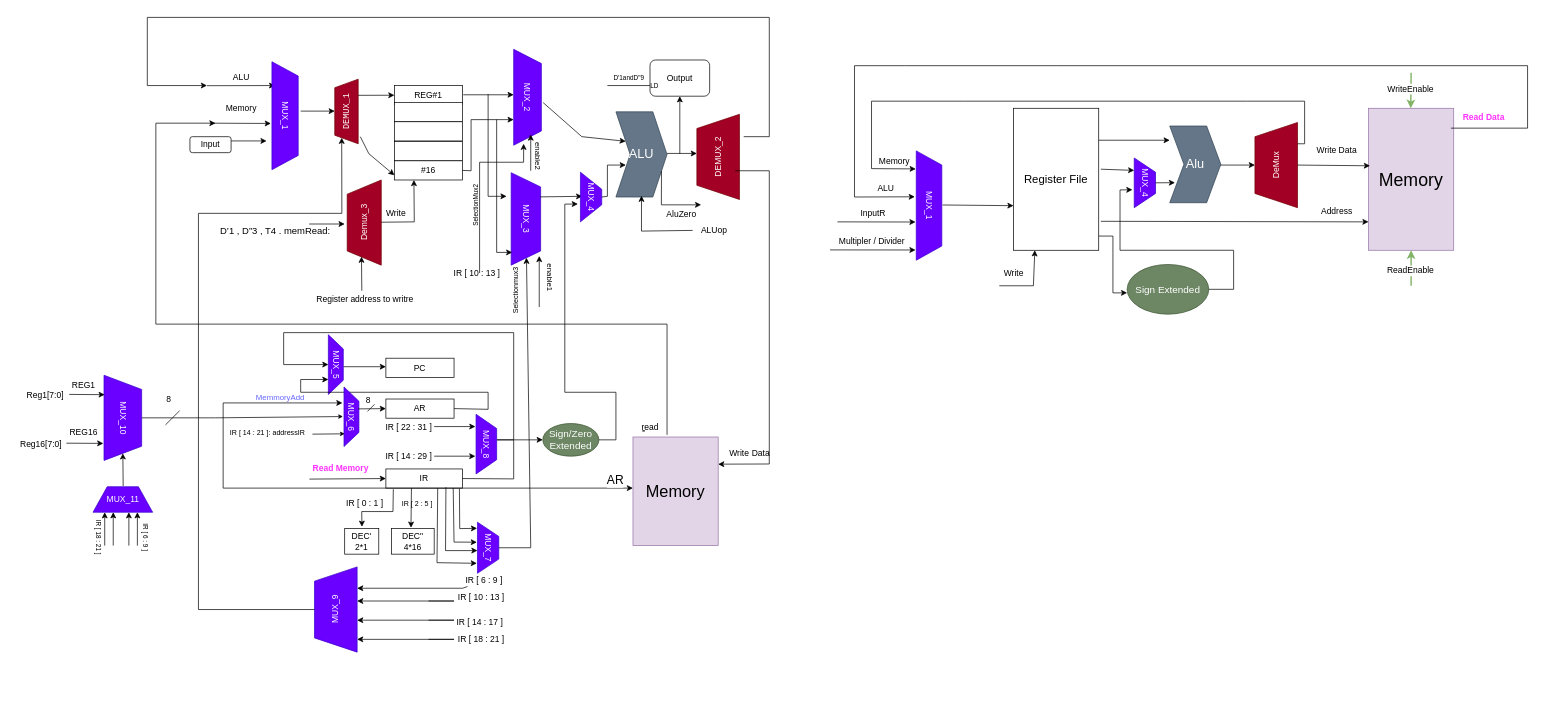
kiananasiri/MyProcessor keeps this draw.io diagram as Untitled Diagram.drawio. Above is the earlier version. Source tidied: cells renumbered, new cells numbered last; positions are measured from the earlier drawing's top-left corner, leaving out a move shared by most shapes. Both pictures are drawn from the tidied source at 71%, with x=0, y=0 at pixel (12, 17).
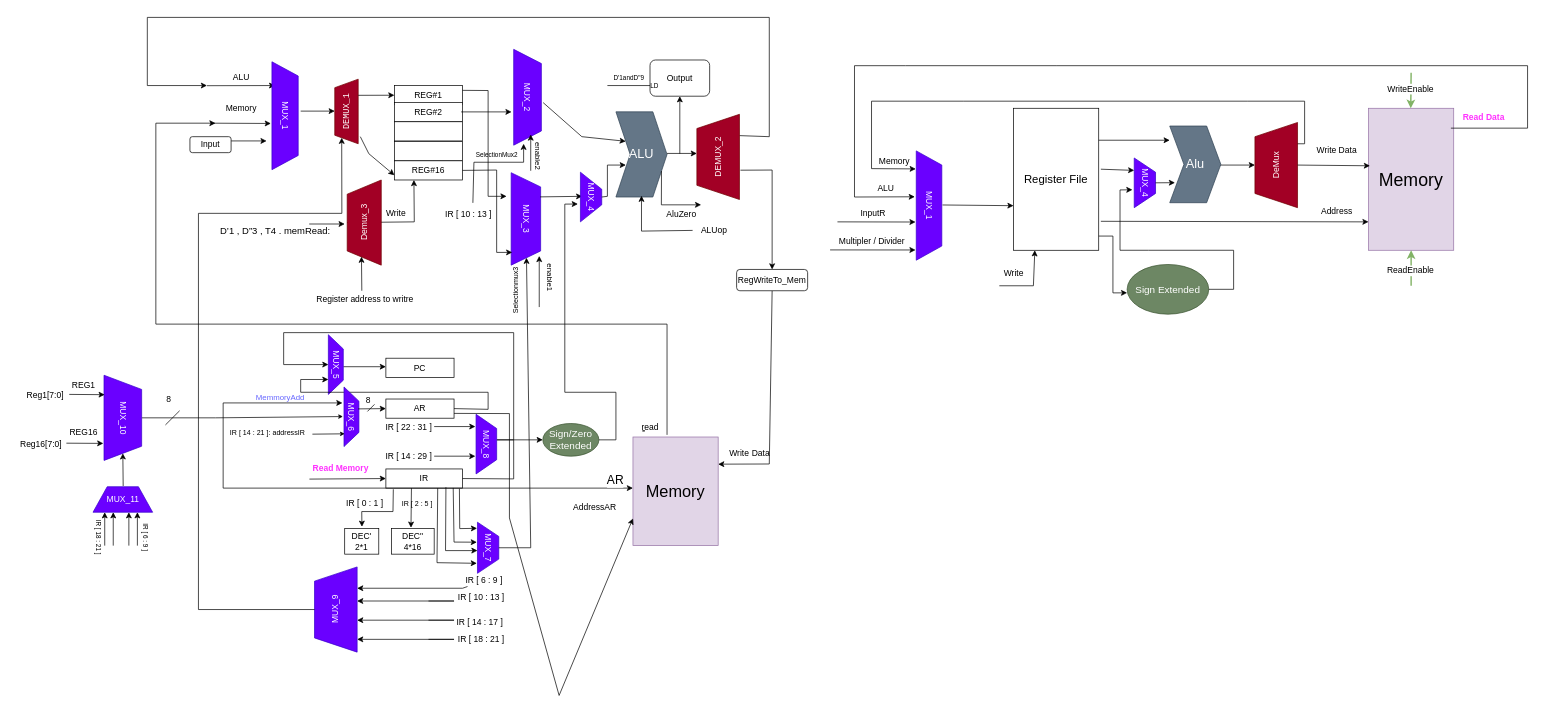
The same page after the edit.

Commit message:
load to mem updated

Unchanged cells that the change refers to:
```xml
<mxCell id="29" value="REG#1" style="rounded=0;whiteSpace=wrap;html=1;" parent="1" vertex="1">
  <mxGeometry x="538" y="96" width="96" height="27" as="geometry" />
</mxCell>
<mxCell id="34" value="AR" style="rounded=0;whiteSpace=wrap;html=1;" parent="1" vertex="1">
  <mxGeometry x="526" y="537.5" width="96" height="27" as="geometry" />
</mxCell>
<mxCell id="45" value="&lt;font style=&quot;font-size: 23px;&quot;&gt;Memory&lt;/font&gt;" style="rounded=0;whiteSpace=wrap;html=1;fillColor=#e1d5e7;strokeColor=#9673a6;" parent="1" vertex="1">
  <mxGeometry x="874" y="591" width="120" height="153" as="geometry" />
</mxCell>
<mxCell id="55" value="MUX_3" style="shape=trapezoid;perimeter=trapezoidPerimeter;whiteSpace=wrap;html=1;fixedSize=1;rotation=90;fillColor=#6a00ff;fontColor=#ffffff;strokeColor=#3700CC;" parent="1" vertex="1">
  <mxGeometry x="658.1" y="263.1" width="130.2" height="41.5" as="geometry" />
</mxCell>
<mxCell id="62" value="DEMUX_2" style="shape=trapezoid;perimeter=trapezoidPerimeter;whiteSpace=wrap;html=1;fixedSize=1;rotation=-90;fillColor=#a20025;fontColor=#ffffff;strokeColor=#6F0000;" parent="1" vertex="1">
  <mxGeometry x="934" y="166.5" width="120" height="60" as="geometry" />
</mxCell>
```

Diff of the diagram source:
```diff
@@
-    <mxCell id="30" style="rounded=0;whiteSpace=wrap;html=1;" parent="1" vertex="1">
+    <mxCell id="30" value="REG#2" style="rounded=0;whiteSpace=wrap;html=1;" parent="1" vertex="1">
       <mxGeometry x="538" y="120" width="96" height="27" as="geometry" />
     </mxCell>
@@
-    <mxCell id="33" value="#16" style="rounded=0;whiteSpace=wrap;html=1;" parent="1" vertex="1">
+    <mxCell id="33" value="REG#16" style="rounded=0;whiteSpace=wrap;html=1;" parent="1" vertex="1">
       <mxGeometry x="538" y="202" width="96" height="27" as="geometry" />
     </mxCell>
@@
     <mxCell id="53" style="endArrow=classic;html=1;rounded=0;" parent="1" edge="1">
       <mxGeometry relative="1" as="geometry">
-        <mxPoint x="635" y="109" as="sourcePoint" />
-        <mxPoint x="706" y="109" as="targetPoint" />
+        <mxPoint x="632" y="133.1" as="sourcePoint" />
+        <mxPoint x="703" y="133.1" as="targetPoint" />
       </mxGeometry>
     </mxCell>
@@
-    <mxCell id="60" style="endArrow=classic;html=1;rounded=0;" parent="1" edge="1">
+    <mxCell id="60" style="endArrow=classic;html=1;rounded=0;exitX=0.75;exitY=1;exitDx=0;exitDy=0;" parent="1" edge="1" source="62">
       <mxGeometry relative="1" as="geometry">
-        <mxPoint x="1030" y="168" as="sourcePoint" />
         <mxPoint x="274" y="96" as="targetPoint" />
         <Array as="points">
           <mxPoint x="1066" y="168" />
           <mxPoint x="1066" />
           <mxPoint x="190" />
           <mxPoint x="190" y="96" />
         </Array>
       </mxGeometry>
     </mxCell>
@@
-    <mxCell id="64" style="endArrow=classic;html=1;rounded=0;entryX=1;entryY=0.25;entryDx=0;entryDy=0;" parent="1" edge="1" target="45">
+    <mxCell id="64" style="endArrow=classic;html=1;rounded=0;entryX=1;entryY=0.25;entryDx=0;entryDy=0;exitX=0.5;exitY=1;exitDx=0;exitDy=0;" parent="1" edge="1" source="161" target="45">
       <mxGeometry relative="1" as="geometry">
-        <mxPoint x="1018" y="216" as="sourcePoint" />
         <Array as="points">
-          <mxPoint x="1066" y="216" />
           <mxPoint x="1066" y="629" />
         </Array>
       </mxGeometry>
     </mxCell>
@@
-    <mxCell id="99" value="&lt;font style=&quot;font-size: 9px;&quot;&gt;SelectionMux2&lt;/font&gt;" style="text;html=1;align=center;verticalAlign=middle;strokeColor=none;fillColor=none;rotation=-90;" parent="1" vertex="1">
-      <mxGeometry x="610" y="253" width="84" height="24" as="geometry" />
+    <mxCell id="99" value="&lt;font style=&quot;font-size: 9px;&quot;&gt;SelectionMux2&lt;/font&gt;" style="text;html=1;align=center;verticalAlign=middle;strokeColor=none;fillColor=none;rotation=0;" parent="1" vertex="1">
+      <mxGeometry x="640" y="181" width="84" height="24" as="geometry" />
     </mxCell>
@@
-    <mxCell id="117" style="endArrow=classic;html=1;rounded=0;" parent="1" edge="1">
+    <mxCell id="117" style="endArrow=classic;html=1;rounded=0;exitX=0.568;exitY=-0.157;exitDx=0;exitDy=0;exitPerimeter=0;" parent="1" edge="1" source="118">
       <mxGeometry relative="1" as="geometry">
-        <mxPoint x="658" y="360" as="sourcePoint" />
         <mxPoint x="720" y="178" as="targetPoint" />
         <Array as="points">
-          <mxPoint x="658" y="204" />
+          <mxPoint x="650" y="204" />
           <mxPoint x="720" y="204" />
         </Array>
       </mxGeometry>
     </mxCell>
     <mxCell id="118" value="IR [ 10 : 13 ]" style="text;html=1;align=center;verticalAlign=middle;points=[];strokeColor=none;fillColor=none;" parent="1" vertex="1">
-      <mxGeometry x="606" y="349" width="96" height="24" as="geometry" />
+      <mxGeometry x="594" y="265" width="96" height="24" as="geometry" />
     </mxCell>
@@
-    <mxCell id="121" style="endArrow=classic;html=1;rounded=0;" parent="1" edge="1">
+    <mxCell id="121" style="endArrow=classic;html=1;rounded=0;exitX=1;exitY=0.25;exitDx=0;exitDy=0;" parent="1" edge="1" source="29">
       <mxGeometry relative="1" as="geometry">
-        <mxPoint x="670" y="108" as="sourcePoint" />
         <mxPoint x="696" y="252" as="targetPoint" />
         <Array as="points">
+          <mxPoint x="670" y="103" />
           <mxPoint x="670" y="252" />
         </Array>
       </mxGeometry>
     </mxCell>
-    <mxCell id="122" style="endArrow=classic;html=1;rounded=0;exitX=1;exitY=0.5;exitDx=0;exitDy=0;" parent="1" edge="1" source="33">
-      <mxGeometry relative="1" as="geometry">
-        <mxPoint x="706" y="144" as="targetPoint" />
-        <Array as="points">
-          <mxPoint x="646" y="216" />
-          <mxPoint x="646" y="144" />
-        </Array>
-      </mxGeometry>
-    </mxCell>
-    <mxCell id="123" style="endArrow=classic;html=1;rounded=0;entryX=0.862;entryY=0.964;entryDx=0;entryDy=0;entryPerimeter=0;" parent="1" edge="1" target="55">
+    <mxCell id="123" style="endArrow=classic;html=1;rounded=0;entryX=0.862;entryY=0.964;entryDx=0;entryDy=0;entryPerimeter=0;exitX=1;exitY=0.5;exitDx=0;exitDy=0;" parent="1" edge="1" source="33" target="55">
       <mxGeometry relative="1" as="geometry">
-        <mxPoint x="682" y="144" as="sourcePoint" />
         <Array as="points">
+          <mxPoint x="682" y="215" />
           <mxPoint x="682" y="331" />
         </Array>
       </mxGeometry>
     </mxCell>
@@
+    <mxCell id="161" value="RegWriteTo_Mem" style="rounded=1;whiteSpace=wrap;html=1;" parent="1" vertex="1">
+      <mxGeometry x="1020" y="355" width="100" height="30" as="geometry" />
+    </mxCell>
+    <mxCell id="162" style="endArrow=classic;html=1;rounded=0;entryX=0.5;entryY=0;entryDx=0;entryDy=0;exitX=0.344;exitY=1.023;exitDx=0;exitDy=0;exitPerimeter=0;" parent="1" edge="1" source="62" target="161">
+      <mxGeometry relative="1" as="geometry">
+        <Array as="points">
+          <mxPoint x="1070" y="215" />
+        </Array>
+      </mxGeometry>
+    </mxCell>
+    <mxCell id="163" style="endArrow=classic;html=1;rounded=0;exitX=1;exitY=0.75;exitDx=0;exitDy=0;entryX=0;entryY=0.75;entryDx=0;entryDy=0;" parent="1" edge="1" source="34" target="45">
+      <mxGeometry relative="1" as="geometry">
+        <Array as="points">
+          <mxPoint x="700" y="558" />
+          <mxPoint x="700" y="705" />
+          <mxPoint x="770" y="955" />
+        </Array>
+      </mxGeometry>
+    </mxCell>
+    <mxCell id="164" value="AddressAR" style="text;html=1;align=center;verticalAlign=middle;strokeColor=none;fillColor=none;" parent="1" vertex="1">
+      <mxGeometry x="780" y="675" width="80" height="30" as="geometry" />
+    </mxCell>
```
